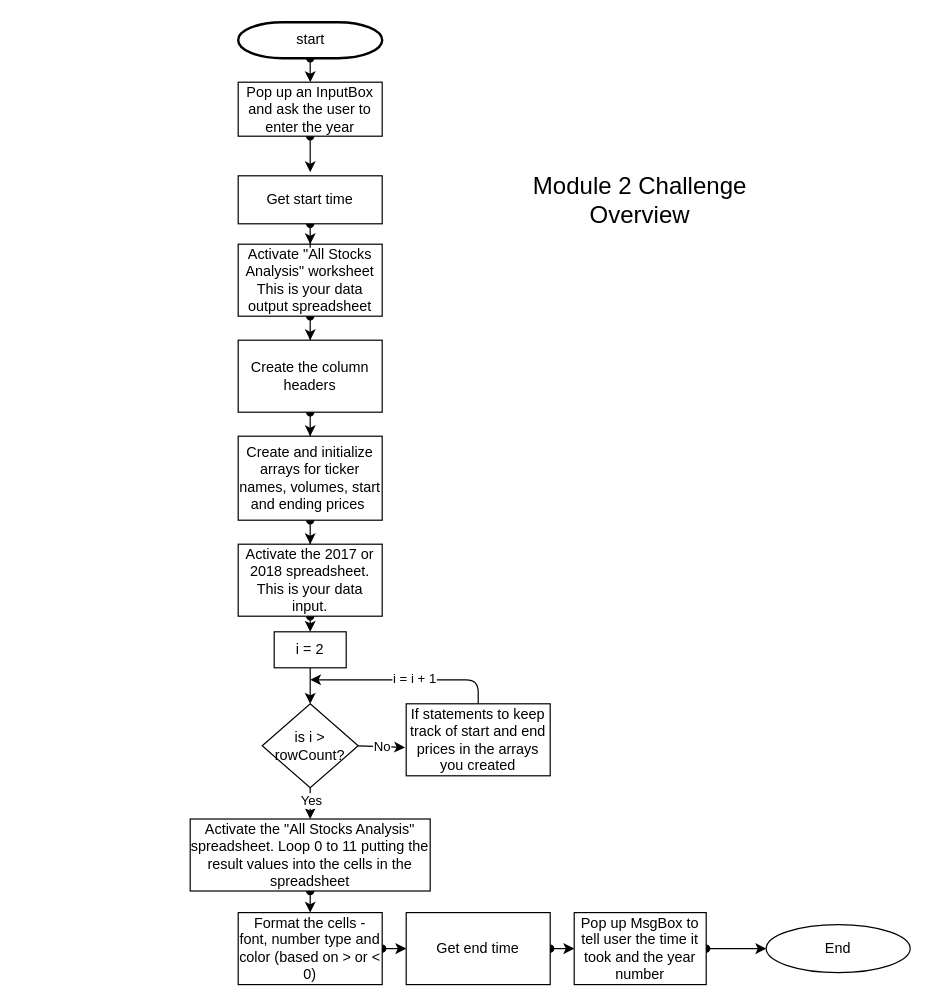
Above: Untitled Diagram.drawio in jrseti/jrtools (draw.io), before the change. Source tidied: cells renumbered, new cells numbered last; positions are measured from the earlier drawing's top-left corner, leaving out a move shared by most shapes. Both pictures are drawn from the tidied source at 120%, with x=0, y=0 at pixel (190, 22).
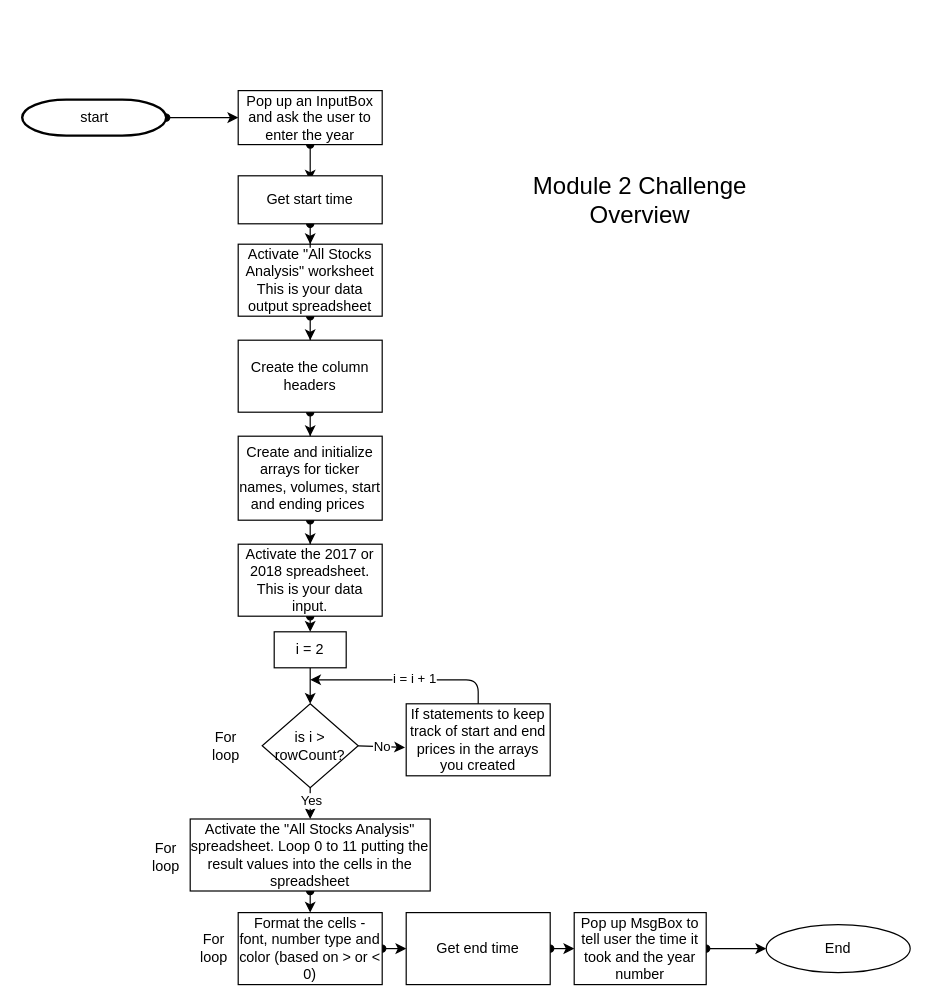
The same page after the edit.

What changed in the source:
```diff
@@
-    <mxCell id="2" style="edgeStyle=orthogonalEdgeStyle;rounded=0;jettySize=auto;html=1;exitX=0.5;exitY=1;exitDx=0;exitDy=0;exitPerimeter=0;entryX=0.5;entryY=0;entryDx=0;entryDy=0;startArrow=oval;startFill=1;" parent="1" edge="1" source="3" target="5">
+    <mxCell id="2" style="edgeStyle=orthogonalEdgeStyle;rounded=0;jettySize=auto;html=1;entryX=0;entryY=0.5;entryDx=0;entryDy=0;startArrow=oval;startFill=1;" parent="1" edge="1" source="3" target="5">
       <mxGeometry relative="1" as="geometry" />
     </mxCell>
     <mxCell id="3" value="start" style="shape=mxgraph.flowchart.terminator;strokeWidth=2;gradientColor=none;gradientDirection=north;fontStyle=0;html=1;" parent="1" vertex="1">
-      <mxGeometry x="40" width="120" height="30" as="geometry" />
+      <mxGeometry x="-140" y="64.5" width="120" height="30" as="geometry" />
     </mxCell>
     <mxCell id="4" style="edgeStyle=orthogonalEdgeStyle;rounded=0;jettySize=auto;html=1;startArrow=oval;startFill=1;" parent="1" edge="1" source="5">
       <mxGeometry relative="1" as="geometry">
-        <mxPoint x="100" y="125" as="targetPoint" />
+        <mxPoint x="100" y="132" as="targetPoint" />
       </mxGeometry>
     </mxCell>
     <mxCell id="5" value="Pop up an InputBox and ask the user to enter the year" style="rounded=0;whiteSpace=wrap;html=1;" parent="1" vertex="1">
-      <mxGeometry x="40" y="50" width="120" height="45" as="geometry" />
+      <mxGeometry x="40" y="57" width="120" height="45" as="geometry" />
     </mxCell>
@@
+    <mxCell id="37" value="For loop" style="text;html=1;strokeColor=none;fillColor=none;align=center;verticalAlign=middle;whiteSpace=wrap;rounded=0;" parent="1" vertex="1">
+      <mxGeometry x="10" y="593" width="40" height="20" as="geometry" />
+    </mxCell>
+    <mxCell id="38" value="For loop" style="text;html=1;strokeColor=none;fillColor=none;align=center;verticalAlign=middle;whiteSpace=wrap;rounded=0;" parent="1" vertex="1">
+      <mxGeometry x="-40" y="686" width="40" height="20" as="geometry" />
+    </mxCell>
+    <mxCell id="39" value="For loop" style="text;html=1;strokeColor=none;fillColor=none;align=center;verticalAlign=middle;whiteSpace=wrap;rounded=0;" parent="1" vertex="1">
+      <mxGeometry y="762" width="40" height="20" as="geometry" />
+    </mxCell>
```
